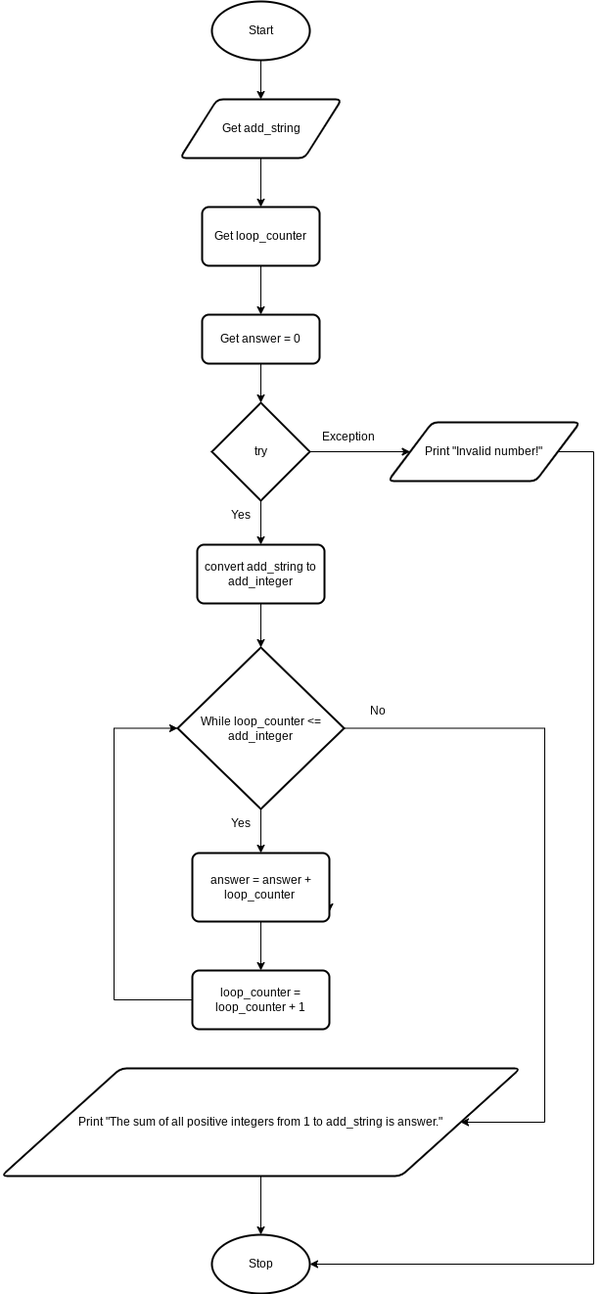
The draw.io diagram design.add_loop.flowchart.png in Yiyun-Qin/ICS3U-Unit4-05-Python, before a commit. Source tidied: cells renumbered, new cells last; positions are measured from the earlier drawing's top-left corner, leaving out a move shared by most shapes.
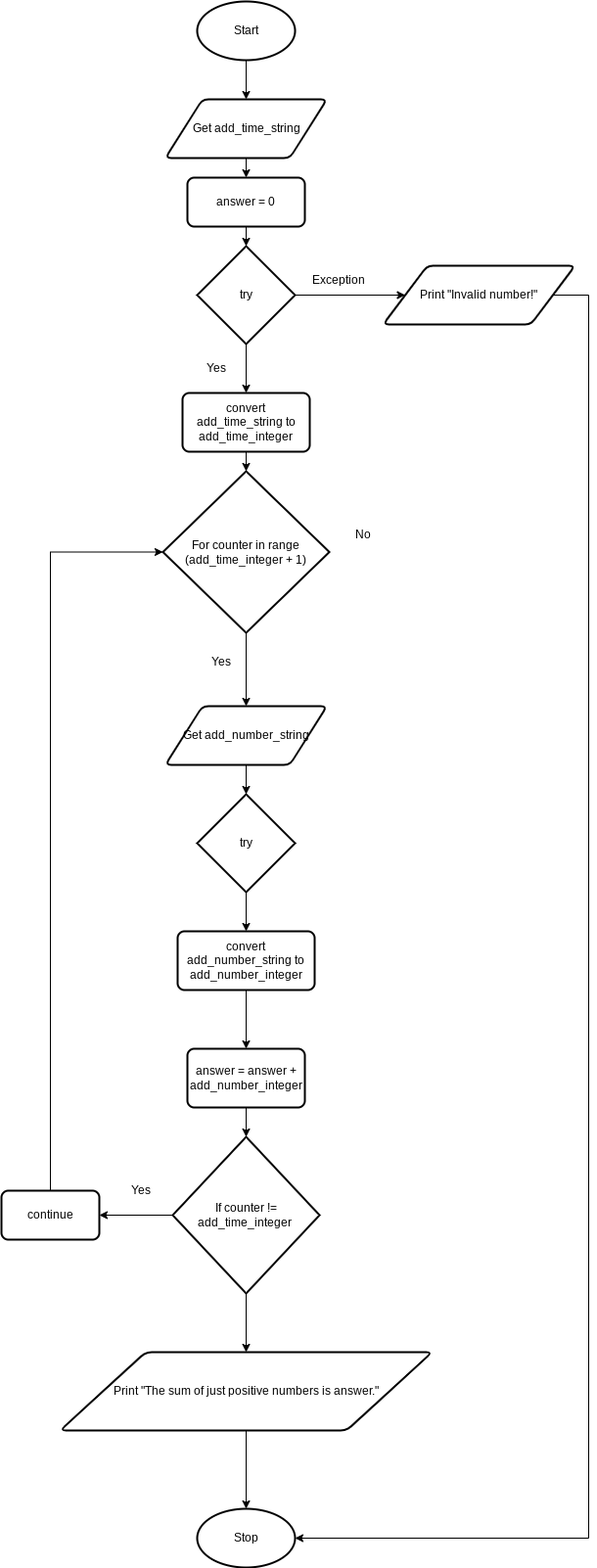
After the commit.

Change to the diagram source:
```diff
@@ -8,20 +8,20 @@
     <mxCell id="3" value="Start" style="strokeWidth=2;html=1;shape=mxgraph.flowchart.start_1;whiteSpace=wrap;" parent="1" vertex="1">
       <mxGeometry x="215" width="100" height="60" as="geometry" />
     </mxCell>
-    <mxCell id="4" style="edgeStyle=none;html=1;exitX=0.5;exitY=1;exitDx=0;exitDy=0;entryX=0.5;entryY=0;entryDx=0;entryDy=0;" parent="1" edge="1" source="5" target="24">
-      <mxGeometry relative="1" as="geometry" />
-    </mxCell>
+    <mxCell id="32" style="edgeStyle=none;html=1;exitX=0.5;exitY=1;exitDx=0;exitDy=0;entryX=0.5;entryY=0;entryDx=0;entryDy=0;" parent="1" edge="1" source="5" target="41">
+      <mxGeometry relative="1" as="geometry" />
+    </mxCell>
-    <mxCell id="5" value="Get add_string" style="shape=parallelogram;html=1;strokeWidth=2;perimeter=parallelogramPerimeter;whiteSpace=wrap;rounded=1;arcSize=12;size=0.23;" parent="1" vertex="1">
+    <mxCell id="5" value="Get add_time_string" style="shape=parallelogram;html=1;strokeWidth=2;perimeter=parallelogramPerimeter;whiteSpace=wrap;rounded=1;arcSize=12;size=0.23;" parent="1" vertex="1">
       <mxGeometry x="182.5" y="100" width="165" height="60" as="geometry" />
     </mxCell>
     <mxCell id="6" value="Stop" style="strokeWidth=2;html=1;shape=mxgraph.flowchart.start_1;whiteSpace=wrap;" parent="1" vertex="1">
-      <mxGeometry x="215" y="1260" width="100" height="60" as="geometry" />
+      <mxGeometry x="215" y="1540" width="100" height="60" as="geometry" />
     </mxCell>
     <mxCell id="7" value="Yes" style="text;html=1;strokeColor=none;fillColor=none;align=center;verticalAlign=middle;whiteSpace=wrap;rounded=0;" parent="1" vertex="1">
-      <mxGeometry x="215" y="510" width="60" height="30" as="geometry" />
+      <mxGeometry x="205" y="360" width="60" height="30" as="geometry" />
     </mxCell>
     <mxCell id="8" value="No" style="text;html=1;strokeColor=none;fillColor=none;align=center;verticalAlign=middle;whiteSpace=wrap;rounded=0;" parent="1" vertex="1">
-      <mxGeometry x="355" y="710" width="60" height="30" as="geometry" />
+      <mxGeometry x="355" y="530" width="60" height="30" as="geometry" />
     </mxCell>
     <mxCell id="9" style="edgeStyle=none;html=1;exitX=0.5;exitY=1;exitDx=0;exitDy=0;exitPerimeter=0;entryX=0.5;entryY=0;entryDx=0;entryDy=0;" parent="1" edge="1" source="11" target="13">
       <mxGeometry relative="1" as="geometry" />
@@ -30,84 +30,90 @@
       <mxGeometry relative="1" as="geometry" />
     </mxCell>
     <mxCell id="11" value="try" style="strokeWidth=2;html=1;shape=mxgraph.flowchart.decision;whiteSpace=wrap;" parent="1" vertex="1">
-      <mxGeometry x="215" y="410" width="100" height="100" as="geometry" />
+      <mxGeometry x="215" y="250" width="100" height="100" as="geometry" />
     </mxCell>
     <mxCell id="12" style="edgeStyle=none;html=1;exitX=0.5;exitY=1;exitDx=0;exitDy=0;entryX=0.5;entryY=0;entryDx=0;entryDy=0;entryPerimeter=0;" parent="1" edge="1" source="13" target="19">
       <mxGeometry relative="1" as="geometry" />
     </mxCell>
-    <mxCell id="13" value="convert add_string to add_integer" style="rounded=1;whiteSpace=wrap;html=1;absoluteArcSize=1;arcSize=14;strokeWidth=2;" parent="1" vertex="1">
-      <mxGeometry x="200" y="555" width="130" height="60" as="geometry" />
+    <mxCell id="13" value="convert add_time_string to add_time_integer" style="rounded=1;whiteSpace=wrap;html=1;absoluteArcSize=1;arcSize=14;strokeWidth=2;" parent="1" vertex="1">
+      <mxGeometry x="200" y="400" width="130" height="60" as="geometry" />
     </mxCell>
-    <mxCell id="14" style="edgeStyle=orthogonalEdgeStyle;html=1;exitX=1;exitY=0.5;exitDx=0;exitDy=0;entryX=1;entryY=0.5;entryDx=0;entryDy=0;entryPerimeter=0;rounded=0;" parent="1" edge="1" source="15" target="6">
+    <mxCell id="14" style="edgeStyle=orthogonalEdgeStyle;rounded=0;html=1;exitX=1;exitY=0.5;exitDx=0;exitDy=0;entryX=1;entryY=0.5;entryDx=0;entryDy=0;entryPerimeter=0;" parent="1" edge="1" source="15" target="6">
       <mxGeometry relative="1" as="geometry">
         <Array as="points">
-          <mxPoint x="605" y="460" />
-          <mxPoint x="605" y="1290" />
+          <mxPoint x="615" y="300" />
+          <mxPoint x="615" y="1570" />
         </Array>
       </mxGeometry>
     </mxCell>
     <mxCell id="15" value="Print &quot;Invalid number!&quot;" style="shape=parallelogram;html=1;strokeWidth=2;perimeter=parallelogramPerimeter;whiteSpace=wrap;rounded=1;arcSize=12;size=0.23;" parent="1" vertex="1">
-      <mxGeometry x="395" y="430" width="196" height="60" as="geometry" />
+      <mxGeometry x="405" y="270" width="196" height="60" as="geometry" />
     </mxCell>
     <mxCell id="16" value="Exception" style="text;html=1;strokeColor=none;fillColor=none;align=center;verticalAlign=middle;whiteSpace=wrap;rounded=0;" parent="1" vertex="1">
-      <mxGeometry x="325" y="430" width="60" height="30" as="geometry" />
+      <mxGeometry x="330" y="270" width="60" height="30" as="geometry" />
     </mxCell>
-    <mxCell id="17" style="edgeStyle=none;html=1;exitX=0.5;exitY=1;exitDx=0;exitDy=0;exitPerimeter=0;entryX=0.5;entryY=0;entryDx=0;entryDy=0;" parent="1" edge="1" source="19" target="22">
-      <mxGeometry relative="1" as="geometry" />
-    </mxCell>
-    <mxCell id="18" style="edgeStyle=orthogonalEdgeStyle;rounded=0;html=1;exitX=1;exitY=0.5;exitDx=0;exitDy=0;exitPerimeter=0;entryX=1;entryY=0.5;entryDx=0;entryDy=0;" parent="1" edge="1" source="19" target="31">
-      <mxGeometry relative="1" as="geometry">
-        <Array as="points">
-          <mxPoint x="555" y="743" />
-          <mxPoint x="555" y="1145" />
-        </Array>
-      </mxGeometry>
-    </mxCell>
+    <mxCell id="33" style="edgeStyle=none;html=1;exitX=0.5;exitY=1;exitDx=0;exitDy=0;exitPerimeter=0;entryX=0.5;entryY=0;entryDx=0;entryDy=0;" parent="1" edge="1" source="19" target="35">
+      <mxGeometry relative="1" as="geometry" />
+    </mxCell>
-    <mxCell id="19" value="While loop_counter &amp;lt;= add_integer" style="strokeWidth=2;html=1;shape=mxgraph.flowchart.decision;whiteSpace=wrap;" parent="1" vertex="1">
-      <mxGeometry x="180" y="660" width="170" height="165" as="geometry" />
+    <mxCell id="19" value="For counter in range (add_time_integer + 1)" style="strokeWidth=2;html=1;shape=mxgraph.flowchart.decision;whiteSpace=wrap;" parent="1" vertex="1">
+      <mxGeometry x="180" y="480" width="170" height="165" as="geometry" />
     </mxCell>
-    <mxCell id="20" style="edgeStyle=none;html=1;exitX=1;exitY=0.75;exitDx=0;exitDy=0;" parent="1" edge="1" source="22">
-      <mxGeometry relative="1" as="geometry">
-        <mxPoint x="335" y="930" as="targetPoint" />
-      </mxGeometry>
-    </mxCell>
-    <mxCell id="21" style="edgeStyle=none;html=1;exitX=0.5;exitY=1;exitDx=0;exitDy=0;entryX=0.5;entryY=0;entryDx=0;entryDy=0;" parent="1" edge="1" source="22" target="28">
-      <mxGeometry relative="1" as="geometry" />
-    </mxCell>
-    <mxCell id="22" value="answer = answer + loop_counter&amp;nbsp;" style="rounded=1;whiteSpace=wrap;html=1;absoluteArcSize=1;arcSize=14;strokeWidth=2;" parent="1" vertex="1">
-      <mxGeometry x="195" y="870" width="140" height="70" as="geometry" />
-    </mxCell>
-    <mxCell id="23" style="edgeStyle=none;html=1;exitX=0.5;exitY=1;exitDx=0;exitDy=0;entryX=0.5;entryY=0;entryDx=0;entryDy=0;" parent="1" edge="1" source="24" target="26">
-      <mxGeometry relative="1" as="geometry" />
-    </mxCell>
-    <mxCell id="24" value="Get loop_counter" style="rounded=1;whiteSpace=wrap;html=1;absoluteArcSize=1;arcSize=14;strokeWidth=2;" parent="1" vertex="1">
-      <mxGeometry x="205" y="210" width="120" height="60" as="geometry" />
-    </mxCell>
-    <mxCell id="25" style="edgeStyle=none;html=1;exitX=0.5;exitY=1;exitDx=0;exitDy=0;entryX=0.5;entryY=0;entryDx=0;entryDy=0;entryPerimeter=0;" parent="1" edge="1" source="26" target="11">
-      <mxGeometry relative="1" as="geometry" />
-    </mxCell>
-    <mxCell id="26" value="Get answer = 0" style="rounded=1;whiteSpace=wrap;html=1;absoluteArcSize=1;arcSize=14;strokeWidth=2;" parent="1" vertex="1">
-      <mxGeometry x="205" y="320" width="120" height="50" as="geometry" />
-    </mxCell>
-    <mxCell id="27" style="edgeStyle=orthogonalEdgeStyle;html=1;exitX=0;exitY=0.5;exitDx=0;exitDy=0;entryX=0;entryY=0.5;entryDx=0;entryDy=0;entryPerimeter=0;rounded=0;" parent="1" edge="1" source="28" target="19">
-      <mxGeometry relative="1" as="geometry">
-        <Array as="points">
-          <mxPoint x="115" y="1020" />
-          <mxPoint x="115" y="743" />
-        </Array>
-      </mxGeometry>
-    </mxCell>
-    <mxCell id="28" value="loop_counter = loop_counter + 1" style="rounded=1;whiteSpace=wrap;html=1;absoluteArcSize=1;arcSize=14;strokeWidth=2;" parent="1" vertex="1">
-      <mxGeometry x="195" y="990" width="140" height="60" as="geometry" />
-    </mxCell>
     <mxCell id="29" value="Yes" style="text;html=1;strokeColor=none;fillColor=none;align=center;verticalAlign=middle;whiteSpace=wrap;rounded=0;" parent="1" vertex="1">
-      <mxGeometry x="215" y="825" width="60" height="30" as="geometry" />
+      <mxGeometry x="215" y="660" width="50" height="30" as="geometry" />
     </mxCell>
     <mxCell id="30" style="edgeStyle=orthogonalEdgeStyle;rounded=0;html=1;exitX=0.5;exitY=1;exitDx=0;exitDy=0;entryX=0.5;entryY=0;entryDx=0;entryDy=0;entryPerimeter=0;" parent="1" edge="1" source="31" target="6">
       <mxGeometry relative="1" as="geometry" />
     </mxCell>
-    <mxCell id="31" value="Print &quot;The sum of all positive integers from 1 to add_string is answer.&quot;" style="shape=parallelogram;html=1;strokeWidth=2;perimeter=parallelogramPerimeter;whiteSpace=wrap;rounded=1;arcSize=12;size=0.23;" parent="1" vertex="1">
-      <mxGeometry y="1090" width="530" height="110" as="geometry" />
+    <mxCell id="31" value="Print &quot;The sum of just positive numbers is answer.&quot;" style="shape=parallelogram;html=1;strokeWidth=2;perimeter=parallelogramPerimeter;whiteSpace=wrap;rounded=1;arcSize=12;size=0.23;" parent="1" vertex="1">
+      <mxGeometry x="75" y="1380" width="380" height="80" as="geometry" />
     </mxCell>
+    <mxCell id="34" style="edgeStyle=none;html=1;exitX=0.5;exitY=1;exitDx=0;exitDy=0;entryX=0.5;entryY=0;entryDx=0;entryDy=0;entryPerimeter=0;" parent="1" edge="1" source="35" target="37">
+      <mxGeometry relative="1" as="geometry" />
+    </mxCell>
+    <mxCell id="35" value="Get add_number_string" style="shape=parallelogram;html=1;strokeWidth=2;perimeter=parallelogramPerimeter;whiteSpace=wrap;rounded=1;arcSize=12;size=0.23;" parent="1" vertex="1">
+      <mxGeometry x="182.5" y="720" width="165" height="60" as="geometry" />
+    </mxCell>
+    <mxCell id="36" style="edgeStyle=none;html=1;exitX=0.5;exitY=1;exitDx=0;exitDy=0;exitPerimeter=0;entryX=0.5;entryY=0;entryDx=0;entryDy=0;" parent="1" edge="1" source="37" target="39">
+      <mxGeometry relative="1" as="geometry" />
+    </mxCell>
+    <mxCell id="37" value="try" style="strokeWidth=2;html=1;shape=mxgraph.flowchart.decision;whiteSpace=wrap;" parent="1" vertex="1">
+      <mxGeometry x="215" y="810" width="100" height="100" as="geometry" />
+    </mxCell>
+    <mxCell id="38" style="edgeStyle=none;html=1;exitX=0.5;exitY=1;exitDx=0;exitDy=0;entryX=0.5;entryY=0;entryDx=0;entryDy=0;" parent="1" edge="1" source="39" target="43">
+      <mxGeometry relative="1" as="geometry" />
+    </mxCell>
+    <mxCell id="39" value="convert add_number_string to add_number_integer" style="rounded=1;whiteSpace=wrap;html=1;absoluteArcSize=1;arcSize=14;strokeWidth=2;" parent="1" vertex="1">
+      <mxGeometry x="195" y="950" width="140" height="60" as="geometry" />
+    </mxCell>
+    <mxCell id="40" style="edgeStyle=none;html=1;exitX=0.5;exitY=1;exitDx=0;exitDy=0;entryX=0.5;entryY=0;entryDx=0;entryDy=0;entryPerimeter=0;" parent="1" edge="1" source="41" target="11">
+      <mxGeometry relative="1" as="geometry" />
+    </mxCell>
+    <mxCell id="41" value="answer = 0" style="rounded=1;whiteSpace=wrap;html=1;absoluteArcSize=1;arcSize=14;strokeWidth=2;" parent="1" vertex="1">
+      <mxGeometry x="205" y="180" width="120" height="50" as="geometry" />
+    </mxCell>
+    <mxCell id="42" style="edgeStyle=none;html=1;exitX=0.5;exitY=1;exitDx=0;exitDy=0;entryX=0.5;entryY=0;entryDx=0;entryDy=0;entryPerimeter=0;" parent="1" edge="1" source="43" target="46">
+      <mxGeometry relative="1" as="geometry" />
+    </mxCell>
+    <mxCell id="43" value="answer = answer + add_number_integer" style="rounded=1;whiteSpace=wrap;html=1;absoluteArcSize=1;arcSize=14;strokeWidth=2;" parent="1" vertex="1">
+      <mxGeometry x="205" y="1070" width="120" height="60" as="geometry" />
+    </mxCell>
+    <mxCell id="44" style="edgeStyle=none;html=1;exitX=0;exitY=0.5;exitDx=0;exitDy=0;exitPerimeter=0;entryX=1;entryY=0.5;entryDx=0;entryDy=0;" parent="1" edge="1" source="46" target="48">
+      <mxGeometry relative="1" as="geometry" />
+    </mxCell>
+    <mxCell id="45" style="edgeStyle=orthogonalEdgeStyle;rounded=0;html=1;exitX=0.5;exitY=1;exitDx=0;exitDy=0;exitPerimeter=0;entryX=0.5;entryY=0;entryDx=0;entryDy=0;" parent="1" edge="1" source="46" target="31">
+      <mxGeometry relative="1" as="geometry" />
+    </mxCell>
+    <mxCell id="46" value="If counter != add_time_integer&amp;nbsp;" style="strokeWidth=2;html=1;shape=mxgraph.flowchart.decision;whiteSpace=wrap;" parent="1" vertex="1">
+      <mxGeometry x="190" y="1160" width="150" height="160" as="geometry" />
+    </mxCell>
+    <mxCell id="47" style="edgeStyle=orthogonalEdgeStyle;html=1;exitX=0.5;exitY=0;exitDx=0;exitDy=0;entryX=0;entryY=0.5;entryDx=0;entryDy=0;entryPerimeter=0;rounded=0;" parent="1" edge="1" source="48" target="19">
+      <mxGeometry relative="1" as="geometry" />
+    </mxCell>
+    <mxCell id="48" value="continue" style="rounded=1;whiteSpace=wrap;html=1;absoluteArcSize=1;arcSize=14;strokeWidth=2;" parent="1" vertex="1">
+      <mxGeometry x="15" y="1215" width="100" height="50" as="geometry" />
+    </mxCell>
+    <mxCell id="49" value="Yes" style="text;html=1;strokeColor=none;fillColor=none;align=center;verticalAlign=middle;whiteSpace=wrap;rounded=0;" parent="1" vertex="1">
+      <mxGeometry x="132.5" y="1200" width="50" height="30" as="geometry" />
+    </mxCell>
   </root>
 </mxGraphModel>
```
